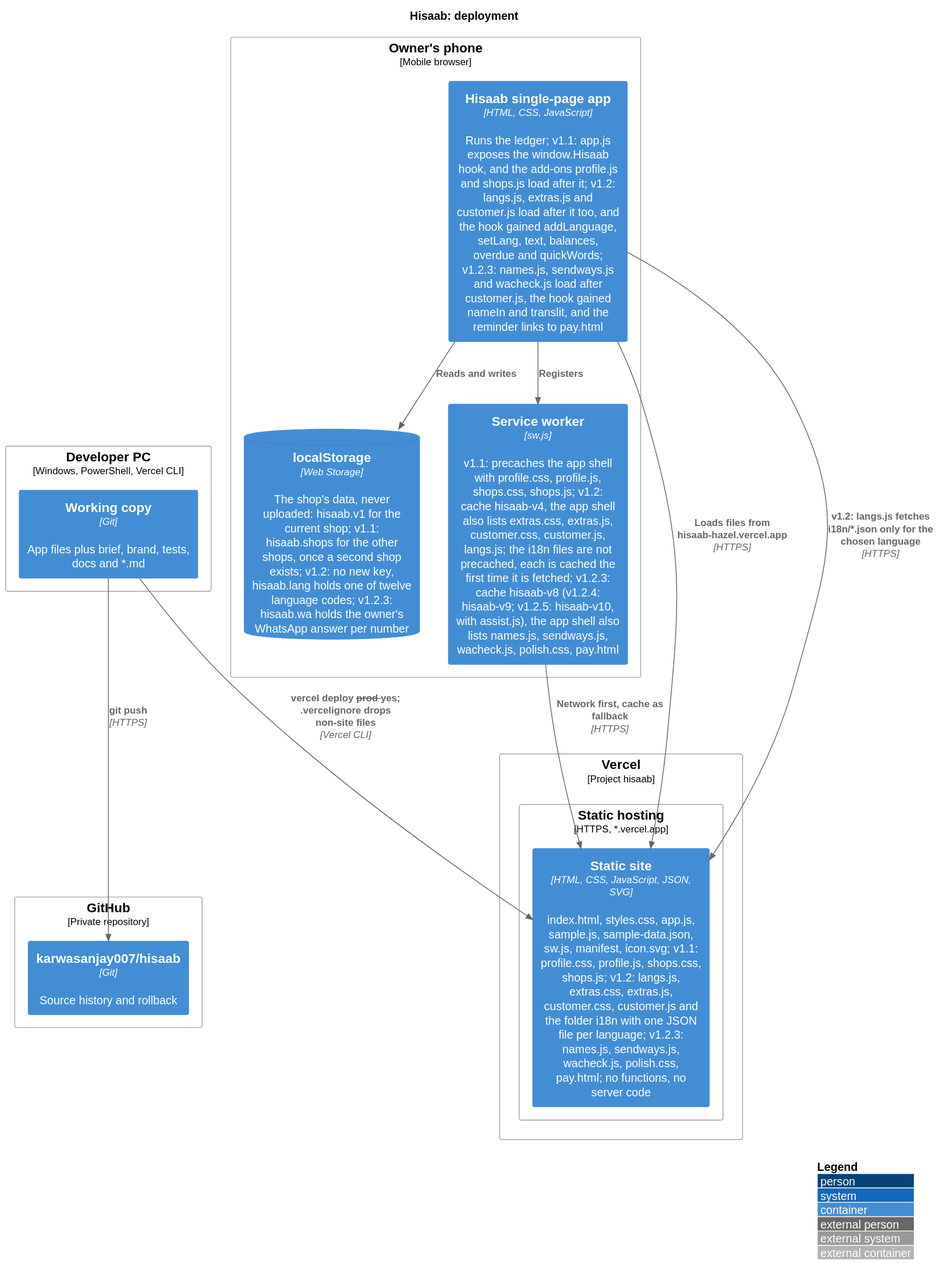
Earlier version of the PlantUML export docs/diagrams/deployment.svg (karwasanjay007/hisaab-docs).
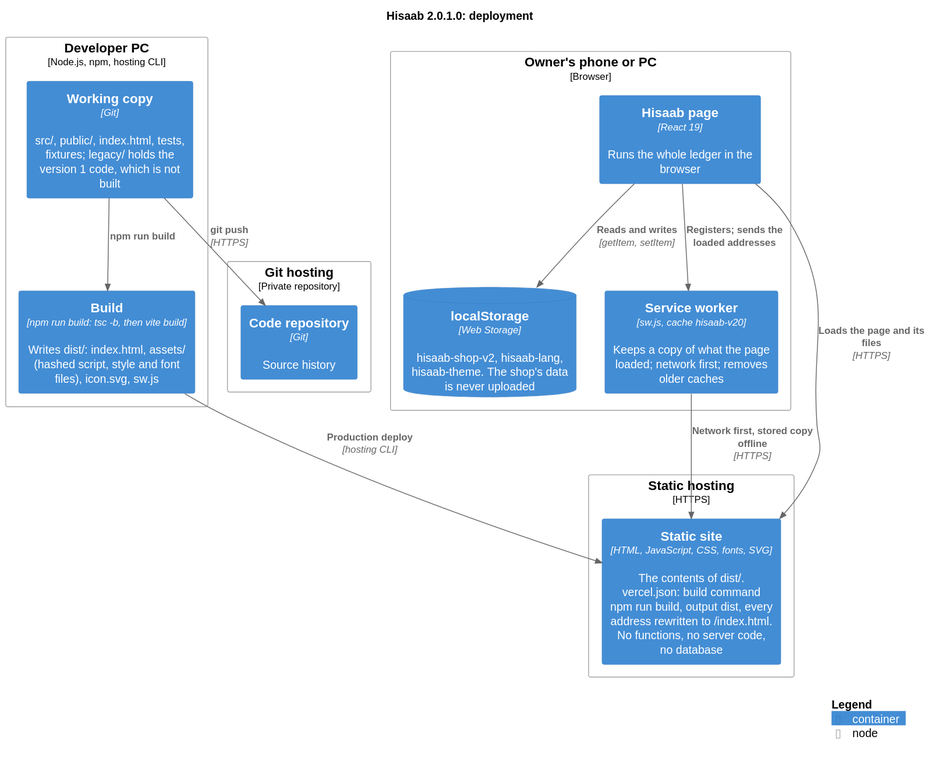
After the change.

Diff of the diagram source:
```diff
@@ -1,31 +1,30 @@
 @startuml
 !include <C4/C4_Deployment>
-title Hisaab: deployment
+title Hisaab 2.0.1.0: deployment
 
-Deployment_Node(dev, "Developer PC", "Windows, PowerShell, Vercel CLI") {
-  Container(src, "Working copy", "Git", "App files plus brief, brand, tests, docs and *.md")
+Deployment_Node(dev, "Developer PC", "Node.js, npm, hosting CLI") {
+  Container(src, "Working copy", "Git", "src/, public/, index.html, tests, fixtures; legacy/ holds the version 1 code, which is not built")
+  Container(build, "Build", "npm run build: tsc -b, then vite build", "Writes dist/: index.html, assets/ (hashed script, style and font files), icon.svg, sw.js")
 }
-Deployment_Node(gh, "GitHub", "Private repository") {
-  Container(repo, "karwasanjay007/hisaab", "Git", "Source history and rollback")
+Deployment_Node(gh, "Git hosting", "Private repository") {
+  Container(repo, "Code repository", "Git", "Source history")
 }
-Deployment_Node(vc, "Vercel", "Project hisaab") {
-  Deployment_Node(edge, "Static hosting", "HTTPS, *.vercel.app") {
-    Container(site, "Static site", "HTML, CSS, JavaScript, JSON, SVG", "index.html, styles.css, app.js, sample.js, sample-data.json, sw.js, manifest, icon.svg; v1.1: profile.css, profile.js, shops.css, shops.js; v1.2: langs.js, extras.css, extras.js, customer.css, customer.js and the folder i18n with one JSON file per language; v1.2.3: names.js, sendways.js, wacheck.js, polish.css, pay.html; no functions, no server code")
-  }
+Deployment_Node(vc, "Static hosting", "HTTPS") {
+  Container(site, "Static site", "HTML, JavaScript, CSS, fonts, SVG", "The contents of dist/. vercel.json: build command npm run build, output dist, every address rewritten to /index.html. No functions, no server code, no database")
 }
-Deployment_Node(phone, "Owner's phone", "Mobile browser") {
-  Container(app, "Hisaab single-page app", "HTML, CSS, JavaScript", "Runs the ledger; v1.1: app.js exposes the window.Hisaab hook, and the add-ons profile.js and shops.js load after it; v1.2: langs.js, extras.js and customer.js load after it too, and the hook gained addLanguage, setLang, text, balances, overdue and quickWords; v1.2.3: names.js, sendways.js and wacheck.js load after customer.js, the hook gained nameIn and translit, and the reminder links to pay.html")
-  ContainerDb(store, "localStorage", "Web Storage", "The shop's data, never uploaded: hisaab.v1 for the current shop; v1.1: hisaab.shops for the other shops, once a second shop exists; v1.2: no new key, hisaab.lang holds one of twelve language codes; v1.2.3: hisaab.wa holds the owner's WhatsApp answer per number")
-  Container(swk, "Service worker", "sw.js", "v1.1: precaches the app shell with profile.css, profile.js, shops.css, shops.js; v1.2: cache hisaab-v4, the app shell also lists extras.css, extras.js, customer.css, customer.js, langs.js; the i18n files are not precached, each is cached the first time it is fetched; v1.2.3: cache hisaab-v8 (v1.2.4: hisaab-v9; v1.2.5: hisaab-v10, with assist.js), the app shell also lists names.js, sendways.js, wacheck.js, polish.css, pay.html")
+Deployment_Node(phone, "Owner's phone or PC", "Browser") {
+  Container(app, "Hisaab page", "React 19", "Runs the whole ledger in the browser")
+  ContainerDb(store, "localStorage", "Web Storage", "hisaab-shop-v2, hisaab-lang, hisaab-theme. The shop's data is never uploaded")
+  Container(swk, "Service worker", "sw.js, cache hisaab-v20", "Keeps a copy of what the page loaded; network first; removes older caches")
 }
 
 Rel(src, repo, "git push", "HTTPS")
-Rel(src, site, "vercel deploy --prod --yes; .vercelignore drops non-site files", "Vercel CLI")
-Rel(app, site, "Loads files from hisaab-hazel.vercel.app", "HTTPS")
-Rel(app, site, "v1.2: langs.js fetches i18n/*.json only for the chosen language", "HTTPS")
-Rel(app, store, "Reads and writes")
-Rel(app, swk, "Registers")
-Rel(swk, site, "Network first, cache as fallback", "HTTPS")
+Rel(src, build, "npm run build")
+Rel(build, site, "Production deploy", "hosting CLI")
+Rel(app, site, "Loads the page and its files", "HTTPS")
+Rel(app, store, "Reads and writes", "getItem, setItem")
+Rel(app, swk, "Registers; sends the loaded addresses")
+Rel(swk, site, "Network first, stored copy offline", "HTTPS")
 
-LAYOUT_WITH_LEGEND()
+SHOW_LEGEND()
 @enduml
```
